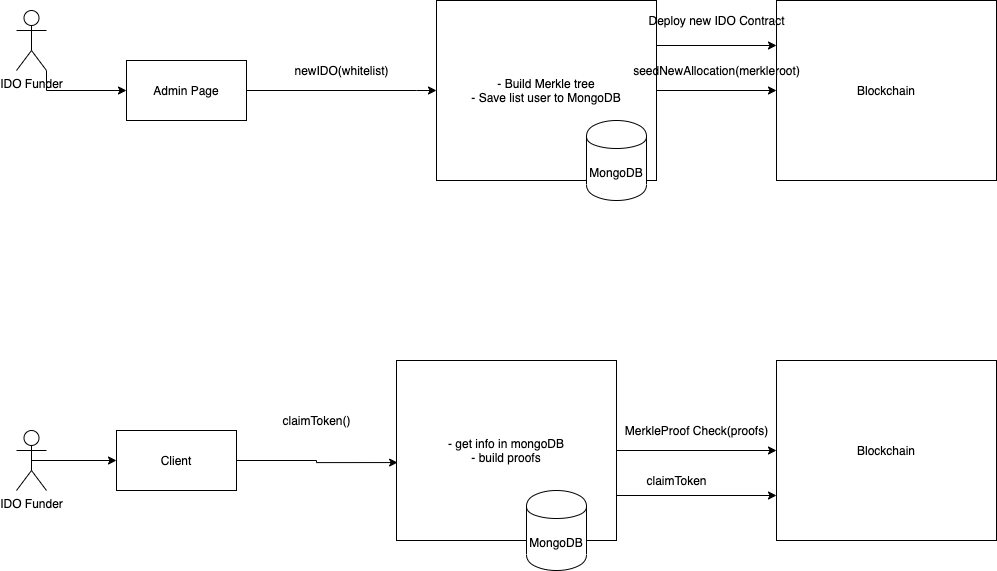
The draw.io diagram merklestarter.png in maxdaniel197/merklestarter, before a commit. Source tidied: cells renumbered, new cells last; positions are measured from the earlier drawing's top-left corner, leaving out a move shared by most shapes.
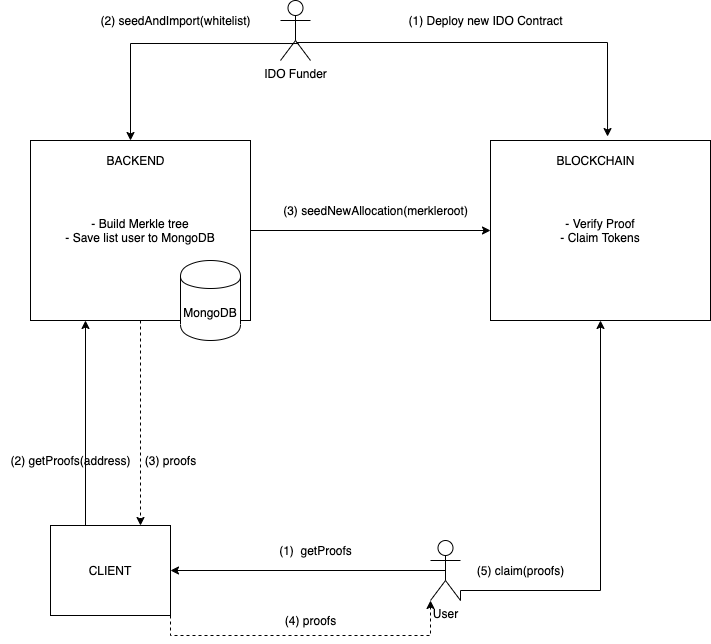
The same diagram one commit later.

What changed in the source:
```diff
@@ -2,85 +2,93 @@
   <root>
     <mxCell id="0" />
     <mxCell id="1" parent="0" />
-    <mxCell id="2" style="edgeStyle=orthogonalEdgeStyle;rounded=0;jettySize=auto;html=1;exitX=1;exitY=1;exitDx=0;exitDy=0;exitPerimeter=0;entryX=0;entryY=0.5;entryDx=0;entryDy=0;" parent="1" edge="1" source="3" target="11">
-      <mxGeometry relative="1" as="geometry" />
-    </mxCell>
-    <mxCell id="3" value="IDO Funder" style="shape=umlActor;verticalLabelPosition=bottom;verticalAlign=top;html=1;" parent="1" vertex="1">
-      <mxGeometry y="10" width="30" height="60" as="geometry" />
-    </mxCell>
+    <mxCell id="27" style="edgeStyle=orthogonalEdgeStyle;rounded=0;jettySize=auto;html=1;exitX=1;exitY=1;exitDx=0;exitDy=0;exitPerimeter=0;entryX=0.5;entryY=1;entryDx=0;entryDy=0;" parent="1" edge="1" source="5" target="9">
+      <mxGeometry relative="1" as="geometry">
+        <Array as="points">
+          <mxPoint x="870" y="450" />
+        </Array>
+      </mxGeometry>
+    </mxCell>
     <mxCell id="4" style="edgeStyle=orthogonalEdgeStyle;rounded=0;jettySize=auto;html=1;exitX=0.5;exitY=0.5;exitDx=0;exitDy=0;exitPerimeter=0;" parent="1" edge="1" source="5" target="13">
       <mxGeometry relative="1" as="geometry" />
     </mxCell>
-    <mxCell id="5" value="IDO Funder" style="shape=umlActor;verticalLabelPosition=bottom;verticalAlign=top;html=1;" parent="1" vertex="1">
-      <mxGeometry y="430" width="30" height="60" as="geometry" />
+    <mxCell id="5" value="User" style="shape=umlActor;verticalLabelPosition=bottom;verticalAlign=top;html=1;" parent="1" vertex="1">
+      <mxGeometry x="700" y="400" width="30" height="60" as="geometry" />
     </mxCell>
     <mxCell id="6" style="edgeStyle=orthogonalEdgeStyle;rounded=0;jettySize=auto;html=1;exitX=1;exitY=0.5;exitDx=0;exitDy=0;entryX=0;entryY=0.5;entryDx=0;entryDy=0;" parent="1" edge="1" source="8" target="9">
       <mxGeometry relative="1" as="geometry" />
     </mxCell>
-    <mxCell id="7" style="edgeStyle=orthogonalEdgeStyle;rounded=0;jettySize=auto;html=1;exitX=1;exitY=0.25;exitDx=0;exitDy=0;entryX=0;entryY=0.25;entryDx=0;entryDy=0;" parent="1" edge="1" source="8" target="9">
+    <mxCell id="7" style="edgeStyle=orthogonalEdgeStyle;rounded=0;jettySize=auto;html=1;exitX=0.533;exitY=0.7;exitDx=0;exitDy=0;entryX=0.532;entryY=-0.022;entryDx=0;entryDy=0;exitPerimeter=0;entryPerimeter=0;" parent="1" edge="1" source="3" target="9">
       <mxGeometry relative="1" as="geometry" />
     </mxCell>
+    <mxCell id="28" style="edgeStyle=orthogonalEdgeStyle;rounded=0;jettySize=auto;html=1;exitX=0.5;exitY=1;exitDx=0;exitDy=0;entryX=0.75;entryY=0;entryDx=0;entryDy=0;dashed=1;" parent="1" edge="1" source="8" target="13">
+      <mxGeometry relative="1" as="geometry" />
+    </mxCell>
     <mxCell id="8" value="- Build Merkle tree&lt;br&gt;- Save list user to MongoDB" style="whiteSpace=wrap;html=1;" parent="1" vertex="1">
-      <mxGeometry x="420" width="220" height="180" as="geometry" />
+      <mxGeometry x="300" width="220" height="180" as="geometry" />
     </mxCell>
-    <mxCell id="9" value="Blockchain" style="whiteSpace=wrap;html=1;" parent="1" vertex="1">
+    <mxCell id="9" value="- Verify Proof&lt;br&gt;- Claim Tokens" style="whiteSpace=wrap;html=1;" parent="1" vertex="1">
       <mxGeometry x="760" width="220" height="180" as="geometry" />
     </mxCell>
-    <mxCell id="10" style="edgeStyle=orthogonalEdgeStyle;rounded=0;jettySize=auto;html=1;exitX=1;exitY=0.5;exitDx=0;exitDy=0;" parent="1" edge="1" source="11" target="8">
+    <mxCell id="10" style="edgeStyle=orthogonalEdgeStyle;rounded=0;jettySize=auto;html=1;exitX=0.6;exitY=0.717;exitDx=0;exitDy=0;exitPerimeter=0;" parent="1" edge="1" source="3" target="8">
       <mxGeometry relative="1" as="geometry">
         <Array as="points">
-          <mxPoint x="400" y="90" />
-          <mxPoint x="400" y="90" />
+          <mxPoint x="400" y="-97" />
         </Array>
       </mxGeometry>
     </mxCell>
-    <mxCell id="11" value="Admin Page" style="whiteSpace=wrap;html=1;" parent="1" vertex="1">
-      <mxGeometry x="110" y="60" width="120" height="60" as="geometry" />
-    </mxCell>
-    <mxCell id="12" style="edgeStyle=orthogonalEdgeStyle;rounded=0;jettySize=auto;html=1;exitX=1;exitY=0.5;exitDx=0;exitDy=0;entryX=0.005;entryY=0.567;entryDx=0;entryDy=0;entryPerimeter=0;" parent="1" edge="1" source="13" target="21">
-      <mxGeometry relative="1" as="geometry" />
+    <mxCell id="12" style="edgeStyle=orthogonalEdgeStyle;rounded=0;jettySize=auto;html=1;exitX=1;exitY=0.5;exitDx=0;exitDy=0;entryX=0.25;entryY=1;entryDx=0;entryDy=0;" parent="1" edge="1" source="13" target="8">
+      <mxGeometry relative="1" as="geometry">
+        <Array as="points">
+          <mxPoint x="440" y="420" />
+          <mxPoint x="355" y="420" />
+        </Array>
+      </mxGeometry>
     </mxCell>
+    <mxCell id="29" style="edgeStyle=orthogonalEdgeStyle;rounded=0;jettySize=auto;html=1;exitX=1;exitY=1;exitDx=0;exitDy=0;entryX=0;entryY=1;entryDx=0;entryDy=0;entryPerimeter=0;dashed=1;" parent="1" edge="1" source="13" target="5">
+      <mxGeometry relative="1" as="geometry" />
+    </mxCell>
-    <mxCell id="13" value="Client" style="whiteSpace=wrap;html=1;" parent="1" vertex="1">
-      <mxGeometry x="100" y="430" width="120" height="60" as="geometry" />
+    <mxCell id="13" value="CLIENT" style="whiteSpace=wrap;html=1;" parent="1" vertex="1">
+      <mxGeometry x="320" y="385" width="120" height="90" as="geometry" />
     </mxCell>
-    <mxCell id="14" value="newIDO(whitelist)" style="text;html=1;align=center;verticalAlign=middle;" parent="1" vertex="1">
-      <mxGeometry x="270" y="60" width="110" height="20" as="geometry" />
+    <mxCell id="14" value="(2) seedAndImport(whitelist)" style="text;html=1;align=center;verticalAlign=middle;" parent="1" vertex="1">
+      <mxGeometry x="360" y="-130" width="170" height="20" as="geometry" />
     </mxCell>
     <mxCell id="15" style="edgeStyle=orthogonalEdgeStyle;rounded=0;orthogonalLoop=1;jettySize=auto;html=1;exitX=0.5;exitY=1;exitDx=0;exitDy=0;" parent="1" edge="1" source="8" target="8">
       <mxGeometry relative="1" as="geometry" />
     </mxCell>
     <mxCell id="16" value="MongoDB" style="shape=cylinder;whiteSpace=wrap;html=1;boundedLbl=1;backgroundOutline=1;" parent="1" vertex="1">
-      <mxGeometry x="570" y="120" width="60" height="80" as="geometry" />
+      <mxGeometry x="450" y="120" width="60" height="80" as="geometry" />
     </mxCell>
-    <mxCell id="17" value="seedNewAllocation(merkleroot)" style="text;html=1;align=center;verticalAlign=middle;" parent="1" vertex="1">
-      <mxGeometry x="610" y="60" width="180" height="20" as="geometry" />
+    <mxCell id="17" value="(3) seedNewAllocation(merkleroot)" style="text;html=1;align=center;verticalAlign=middle;" parent="1" vertex="1">
+      <mxGeometry x="545" y="60" width="200" height="20" as="geometry" />
     </mxCell>
-    <mxCell id="18" value="Deploy new IDO Contract" style="text;html=1;align=center;verticalAlign=middle;" parent="1" vertex="1">
-      <mxGeometry x="625" y="10" width="150" height="20" as="geometry" />
+    <mxCell id="18" value="(1) Deploy new IDO Contract" style="text;html=1;align=center;verticalAlign=middle;" parent="1" vertex="1">
+      <mxGeometry x="670" y="-130" width="170" height="20" as="geometry" />
     </mxCell>
-    <mxCell id="19" style="edgeStyle=orthogonalEdgeStyle;rounded=0;jettySize=auto;html=1;exitX=1;exitY=0.5;exitDx=0;exitDy=0;" parent="1" edge="1" source="21" target="22">
-      <mxGeometry relative="1" as="geometry" />
-    </mxCell>
-    <mxCell id="20" style="edgeStyle=orthogonalEdgeStyle;rounded=0;jettySize=auto;html=1;exitX=1;exitY=0.75;exitDx=0;exitDy=0;entryX=0;entryY=0.75;entryDx=0;entryDy=0;" parent="1" edge="1" source="21" target="22">
-      <mxGeometry relative="1" as="geometry" />
-    </mxCell>
-    <mxCell id="21" value="- get info in mongoDB&lt;br&gt;- build proofs" style="whiteSpace=wrap;html=1;" parent="1" vertex="1">
-      <mxGeometry x="380" y="360" width="220" height="180" as="geometry" />
-    </mxCell>
-    <mxCell id="22" value="Blockchain" style="whiteSpace=wrap;html=1;" parent="1" vertex="1">
-      <mxGeometry x="760" y="360" width="220" height="180" as="geometry" />
-    </mxCell>
-    <mxCell id="23" value="MongoDB" style="shape=cylinder;whiteSpace=wrap;html=1;boundedLbl=1;backgroundOutline=1;" parent="1" vertex="1">
-      <mxGeometry x="510" y="490" width="60" height="80" as="geometry" />
-    </mxCell>
-    <mxCell id="24" value="claimToken()" style="text;html=1;align=center;verticalAlign=middle;" parent="1" vertex="1">
-      <mxGeometry x="260" y="410" width="80" height="20" as="geometry" />
+    <mxCell id="24" value="(2) getProofs(address)" style="text;html=1;align=center;verticalAlign=middle;" parent="1" vertex="1">
+      <mxGeometry x="270" y="310" width="140" height="20" as="geometry" />
     </mxCell>
-    <mxCell id="25" value="MerkleProof Check(proofs)" style="text;html=1;align=center;verticalAlign=middle;" parent="1" vertex="1">
-      <mxGeometry x="600" y="420" width="160" height="20" as="geometry" />
-    </mxCell>
-    <mxCell id="26" value="claimToken" style="text;html=1;align=center;verticalAlign=middle;" parent="1" vertex="1">
-      <mxGeometry x="620" y="470" width="80" height="20" as="geometry" />
-    </mxCell>
+    <mxCell id="3" value="IDO Funder" style="shape=umlActor;verticalLabelPosition=bottom;verticalAlign=top;html=1;" parent="1" vertex="1">
+      <mxGeometry x="550" y="-140" width="30" height="60" as="geometry" />
+    </mxCell>
+    <mxCell id="30" value="(1)&amp;nbsp; getProofs" style="text;html=1;align=center;verticalAlign=middle;" parent="1" vertex="1">
+      <mxGeometry x="540" y="400" width="90" height="20" as="geometry" />
+    </mxCell>
+    <mxCell id="31" value="(5) claim(proofs)" style="text;html=1;align=center;verticalAlign=middle;" parent="1" vertex="1">
+      <mxGeometry x="740" y="420" width="100" height="20" as="geometry" />
+    </mxCell>
+    <mxCell id="32" value="BACKEND" style="text;html=1;align=center;verticalAlign=middle;" parent="1" vertex="1">
+      <mxGeometry x="370" y="10" width="70" height="20" as="geometry" />
+    </mxCell>
+    <mxCell id="33" value="(3) proofs" style="text;html=1;align=center;verticalAlign=middle;" parent="1" vertex="1">
+      <mxGeometry x="405" y="310" width="70" height="20" as="geometry" />
+    </mxCell>
+    <mxCell id="34" value="(4) proofs" style="text;html=1;align=center;verticalAlign=middle;" parent="1" vertex="1">
+      <mxGeometry x="545" y="470" width="70" height="20" as="geometry" />
+    </mxCell>
+    <mxCell id="35" value="BLOCKCHAIN" style="text;html=1;align=center;verticalAlign=middle;" parent="1" vertex="1">
+      <mxGeometry x="820" y="10" width="90" height="20" as="geometry" />
+    </mxCell>
   </root>
 </mxGraphModel>
```
